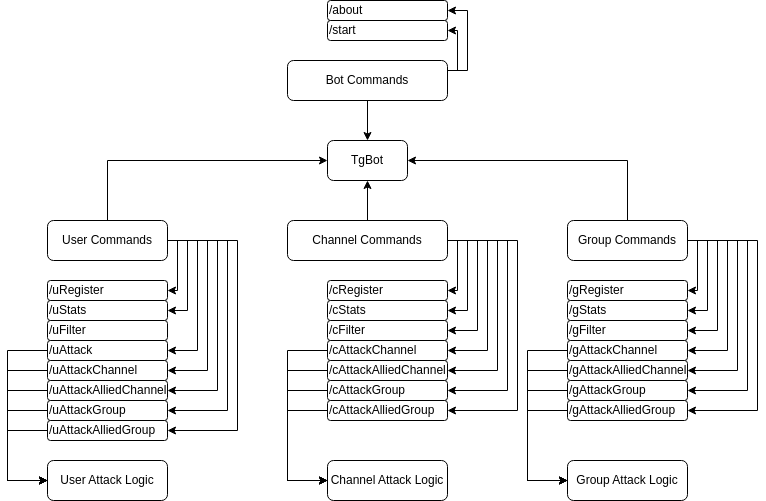
The draw.io diagram static/readme/meow.png in sh1chan/Sage0x0, before a commit. Source tidied: cells renumbered, new cells last; positions are measured from the earlier drawing's top-left corner, leaving out a move shared by most shapes.
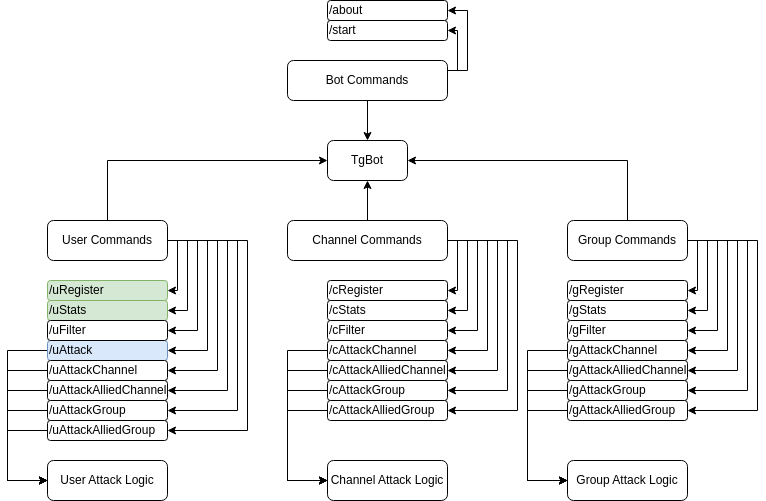
The same file after the commit.

Diff of the diagram source:
```diff
@@ -161,40 +161,40 @@
     <mxCell id="26" style="edgeStyle=orthogonalEdgeStyle;rounded=0;jettySize=auto;html=1;" parent="1" edge="1" source="32" target="34">
       <mxGeometry relative="1" as="geometry">
         <Array as="points">
-          <mxPoint x="190" y="240" />
-          <mxPoint x="190" y="350" />
+          <mxPoint x="200" y="240" />
+          <mxPoint x="200" y="350" />
         </Array>
       </mxGeometry>
     </mxCell>
     <mxCell id="27" style="edgeStyle=orthogonalEdgeStyle;rounded=0;jettySize=auto;html=1;" parent="1" edge="1" source="32" target="36">
       <mxGeometry relative="1" as="geometry">
         <Array as="points">
-          <mxPoint x="200" y="240" />
-          <mxPoint x="200" y="370" />
+          <mxPoint x="210" y="240" />
+          <mxPoint x="210" y="370" />
         </Array>
       </mxGeometry>
     </mxCell>
     <mxCell id="28" style="edgeStyle=orthogonalEdgeStyle;rounded=0;jettySize=auto;html=1;" parent="1" edge="1" source="32" target="40">
       <mxGeometry relative="1" as="geometry">
         <Array as="points">
-          <mxPoint x="210" y="240" />
-          <mxPoint x="210" y="390" />
+          <mxPoint x="220" y="240" />
+          <mxPoint x="220" y="390" />
         </Array>
       </mxGeometry>
     </mxCell>
     <mxCell id="29" style="edgeStyle=orthogonalEdgeStyle;rounded=0;jettySize=auto;html=1;" parent="1" edge="1" source="32" target="38">
       <mxGeometry relative="1" as="geometry">
         <Array as="points">
-          <mxPoint x="220" y="240" />
-          <mxPoint x="220" y="410" />
+          <mxPoint x="230" y="240" />
+          <mxPoint x="230" y="410" />
         </Array>
       </mxGeometry>
     </mxCell>
     <mxCell id="30" style="edgeStyle=orthogonalEdgeStyle;rounded=0;jettySize=auto;html=1;" parent="1" edge="1" source="32" target="42">
       <mxGeometry relative="1" as="geometry">
         <Array as="points">
-          <mxPoint x="230" y="240" />
-          <mxPoint x="230" y="430" />
+          <mxPoint x="240" y="240" />
+          <mxPoint x="240" y="430" />
         </Array>
       </mxGeometry>
     </mxCell>
@@ -205,6 +205,14 @@
         </Array>
       </mxGeometry>
     </mxCell>
+    <mxCell id="74" style="edgeStyle=orthogonalEdgeStyle;rounded=0;jettySize=auto;html=1;" parent="1" edge="1" source="32" target="66">
+      <mxGeometry relative="1" as="geometry">
+        <Array as="points">
+          <mxPoint x="190" y="240" />
+          <mxPoint x="190" y="330" />
+        </Array>
+      </mxGeometry>
+    </mxCell>
     <mxCell id="32" value="User Commands" style="whiteSpace=wrap;html=1;rounded=1;" parent="1" vertex="1">
       <mxGeometry x="40" y="220" width="120" height="40" as="geometry" />
     </mxCell>
@@ -216,7 +224,7 @@
         </Array>
       </mxGeometry>
     </mxCell>
-    <mxCell id="34" value="/uAttack" style="whiteSpace=wrap;html=1;rounded=1;align=left;" parent="1" vertex="1">
+    <mxCell id="34" value="/uAttack" style="whiteSpace=wrap;html=1;rounded=1;align=left;fillColor=#dae8fc;strokeColor=#6c8ebf;" parent="1" vertex="1">
       <mxGeometry x="40" y="340" width="120" height="20" as="geometry" />
     </mxCell>
     <mxCell id="35" style="edgeStyle=orthogonalEdgeStyle;rounded=0;jettySize=auto;html=1;" parent="1" edge="1" source="36" target="4">
@@ -351,10 +359,10 @@
     <mxCell id="58" value="/gAttackAlliedGroup" style="rounded=1;whiteSpace=wrap;html=1;align=left;" parent="1" vertex="1">
       <mxGeometry x="560" y="400" width="120" height="20" as="geometry" />
     </mxCell>
-    <mxCell id="59" value="/uRegister" style="whiteSpace=wrap;html=1;rounded=1;align=left;" parent="1" vertex="1">
+    <mxCell id="59" value="/uRegister" style="whiteSpace=wrap;html=1;rounded=1;align=left;fillColor=#d5e8d4;strokeColor=#82b366;" parent="1" vertex="1">
       <mxGeometry x="40" y="280" width="120" height="20" as="geometry" />
     </mxCell>
-    <mxCell id="60" value="/uStats" style="whiteSpace=wrap;html=1;rounded=1;align=left;" parent="1" vertex="1">
+    <mxCell id="60" value="/uStats" style="whiteSpace=wrap;html=1;rounded=1;align=left;fillColor=#d5e8d4;strokeColor=#82b366;" parent="1" vertex="1">
       <mxGeometry x="40" y="300" width="120" height="20" as="geometry" />
     </mxCell>
     <mxCell id="61" value="/cRegister" style="rounded=1;whiteSpace=wrap;html=1;align=left;" parent="1" vertex="1">
```
